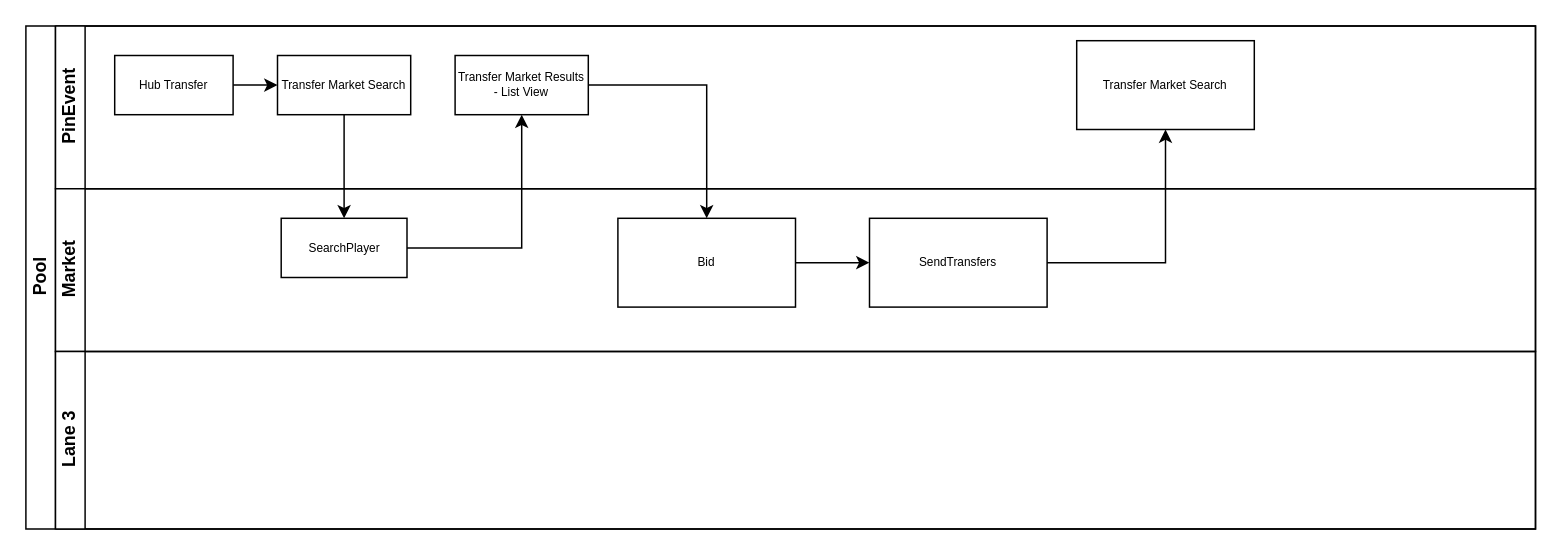
Earlier version of the draw.io diagram page "Snipe" (2 of 2) of Api Diagram.drawio (marco181818/fifa_uml). Source tidied: cells renumbered, new cells numbered last; positions are measured from the earlier drawing's top-left corner, leaving out a move shared by most shapes. Both pictures are drawn from the tidied source at 148%, with x=0, y=0 at pixel (25, 25).
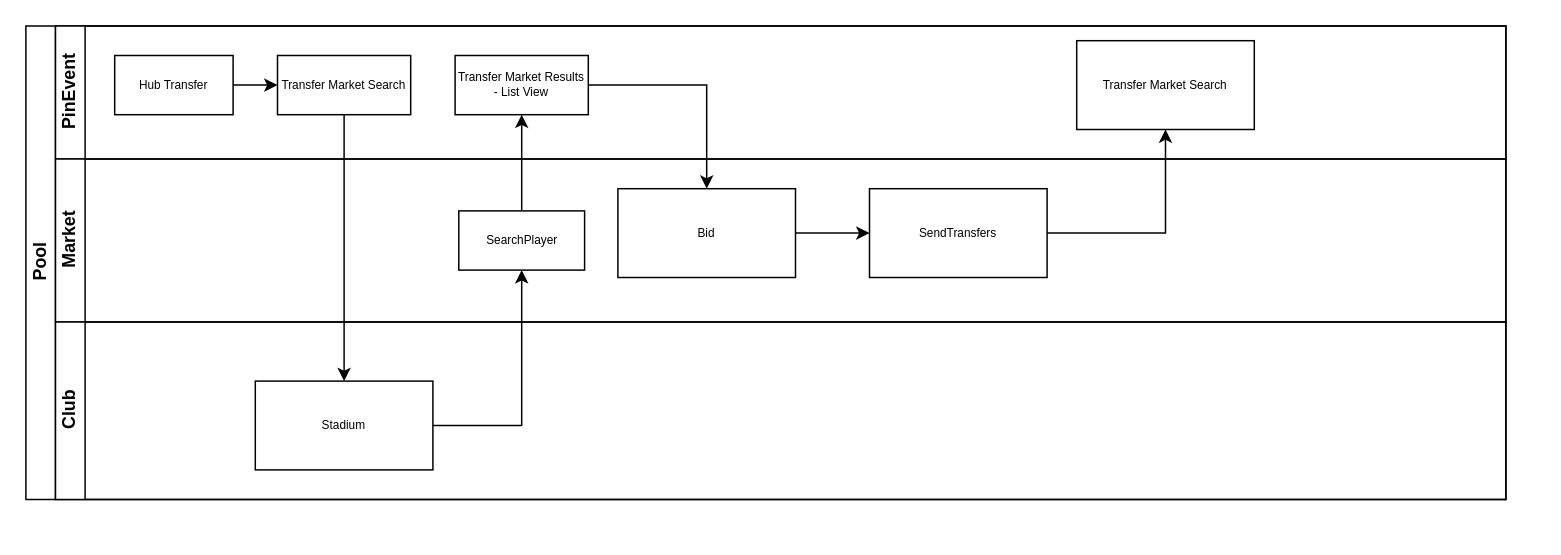
After the change.

Unchanged cells that the change refers to:
```xml
<mxCell id="6" value="Transfer Market Search" style="whiteSpace=wrap;html=1;fontSize=8;" parent="3" vertex="1">
  <mxGeometry x="150" y="20" width="90" height="40" as="geometry" />
</mxCell>
```

The edit, as a diff of the source:
```diff
@@
     <mxCell id="2" value="Pool" style="swimlane;horizontal=0;startSize=20;html=1;" parent="1" vertex="1">
-      <mxGeometry width="1020" height="340" as="geometry" />
+      <mxGeometry width="1000" height="320" as="geometry" />
     </mxCell>
     <mxCell id="3" value="PinEvent" style="swimlane;startSize=20;horizontal=0;html=1;" parent="2" vertex="1">
-      <mxGeometry x="20" width="1000" height="110" as="geometry" />
+      <mxGeometry x="20" width="980" height="90" as="geometry" />
     </mxCell>
@@
     <mxCell id="9" value="Market" style="swimlane;startSize=20;horizontal=0;html=1;" parent="2" vertex="1">
-      <mxGeometry x="20" y="110" width="1000" height="110" as="geometry" />
+      <mxGeometry x="20" y="90" width="980" height="110" as="geometry" />
     </mxCell>
     <mxCell id="10" value="SearchPlayer" style="whiteSpace=wrap;html=1;fontSize=8;" parent="9" vertex="1">
-      <mxGeometry x="152.5" y="20" width="85" height="40" as="geometry" />
+      <mxGeometry x="272.5" y="35" width="85" height="40" as="geometry" />
     </mxCell>
@@
-    <mxCell id="14" value="Lane 3" style="swimlane;startSize=20;horizontal=0;html=1;" parent="2" vertex="1">
-      <mxGeometry x="20" y="220" width="1000" height="120" as="geometry" />
+    <mxCell id="14" value="Club" style="swimlane;startSize=20;horizontal=0;html=1;" parent="2" vertex="1">
+      <mxGeometry x="20" y="200" width="980" height="120" as="geometry" />
     </mxCell>
-    <mxCell id="15" style="edgeStyle=orthogonalEdgeStyle;rounded=0;jettySize=auto;html=1;" parent="2" edge="1" source="6" target="10">
-      <mxGeometry relative="1" as="geometry" />
-    </mxCell>
+    <mxCell id="19" value="Stadium" style="whiteSpace=wrap;html=1;fontSize=8;" parent="14" vertex="1">
+      <mxGeometry x="135" y="40" width="120" height="60" as="geometry" />
+    </mxCell>
@@
+    <mxCell id="20" style="edgeStyle=orthogonalEdgeStyle;rounded=0;jettySize=auto;html=1;" parent="2" edge="1" source="6" target="19">
+      <mxGeometry relative="1" as="geometry" />
+    </mxCell>
+    <mxCell id="21" style="edgeStyle=orthogonalEdgeStyle;rounded=0;jettySize=auto;html=1;" parent="2" edge="1" source="19" target="10">
+      <mxGeometry relative="1" as="geometry" />
+    </mxCell>
```
